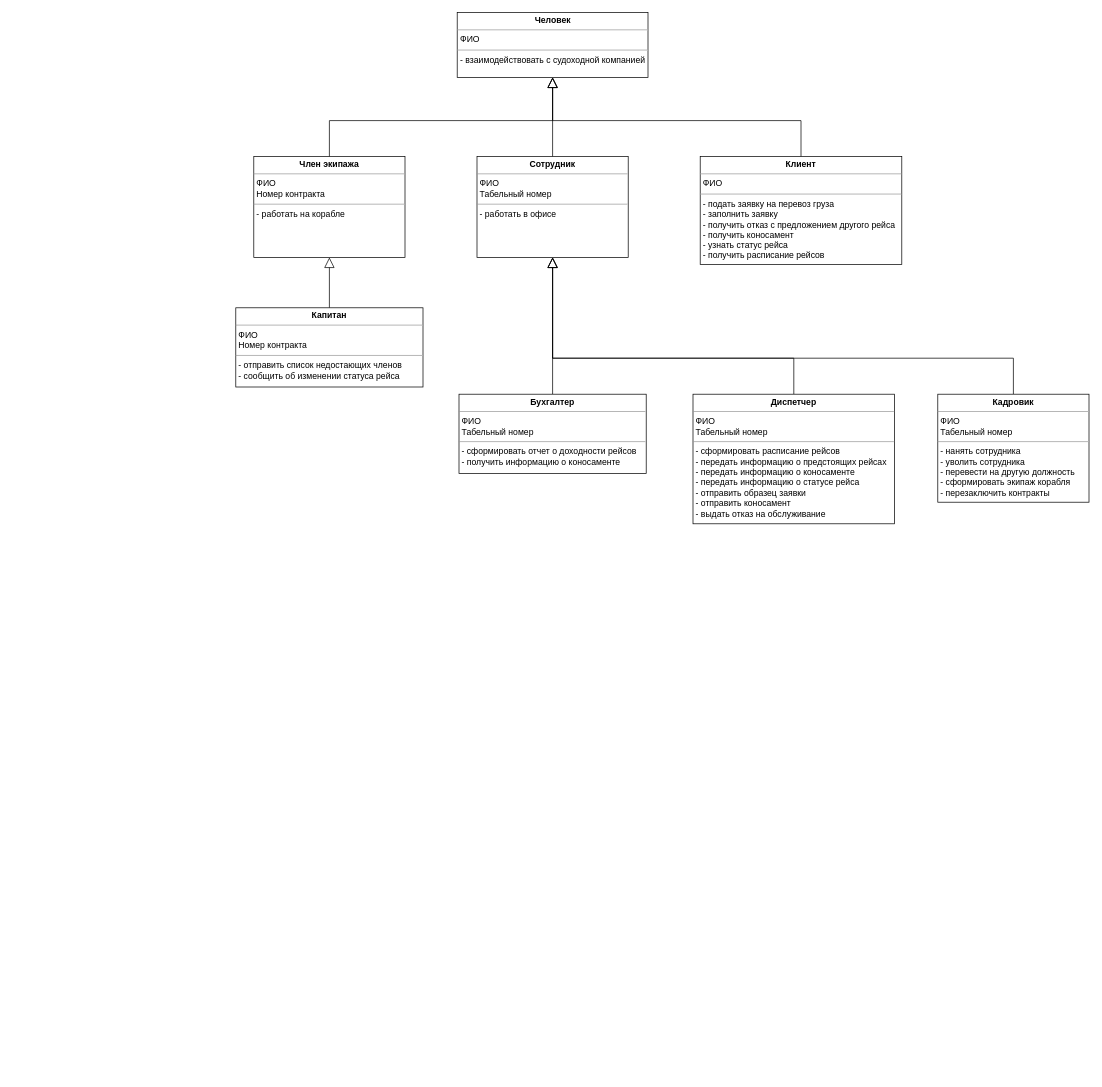
Earlier version of the draw.io diagram ObjectModel.drawio (BoysGang/ShippingCompany). Source tidied: cells renumbered, new cells numbered last; positions are measured from the earlier drawing's top-left corner, leaving out a move shared by most shapes. Both pictures are drawn from the tidied source at 72%, with x=0, y=0 at pixel (235, 12).
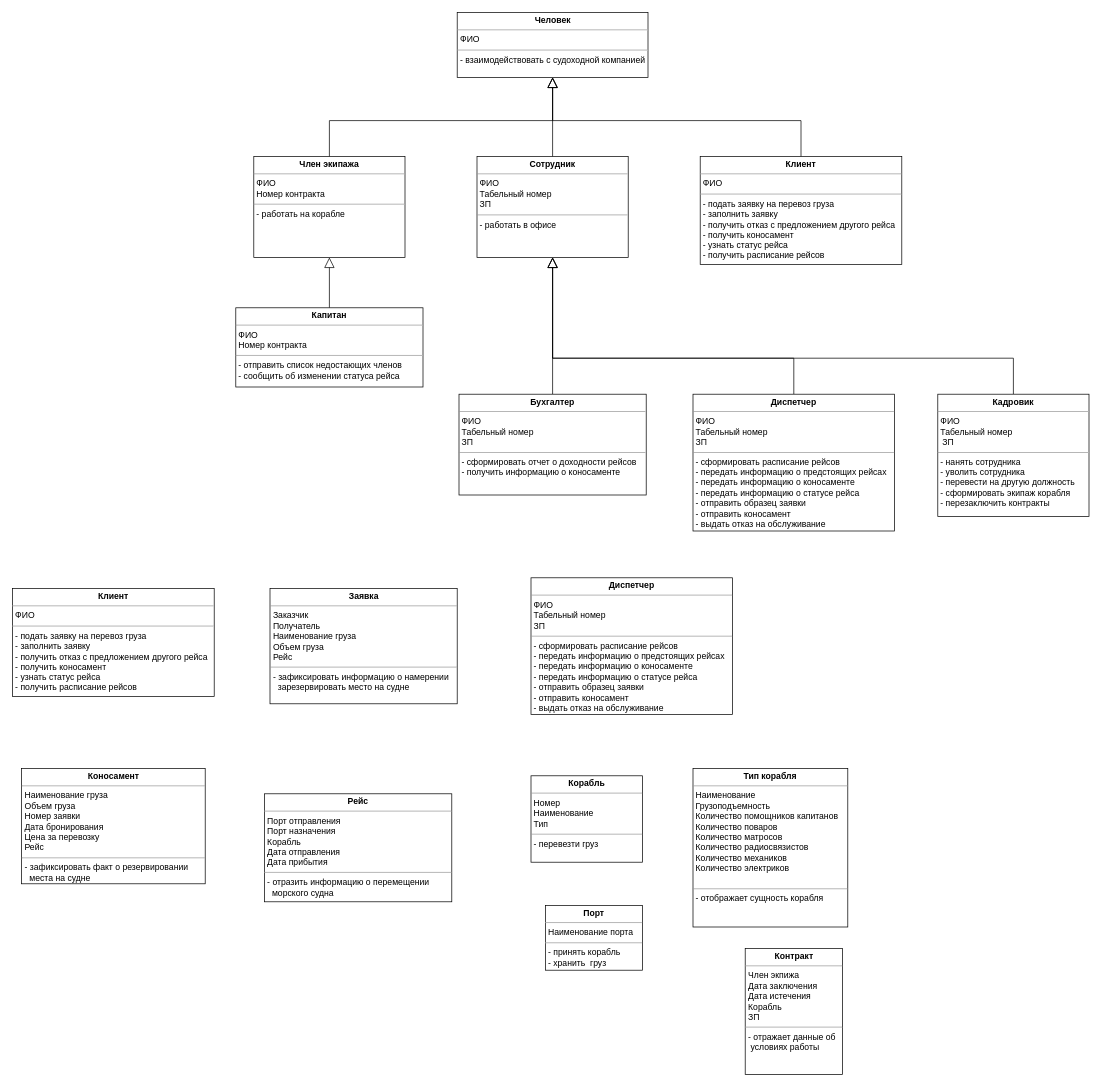
The same page after the edit.

What changed in the source:
```diff
@@
-    <mxCell id="4" value="&lt;p style=&quot;margin: 0px ; margin-top: 4px ; text-align: center&quot;&gt;&lt;b&gt;Сотрудник&lt;/b&gt;&lt;/p&gt;&lt;hr size=&quot;1&quot;&gt;&lt;p style=&quot;margin: 0px ; margin-left: 4px&quot;&gt;ФИО&lt;/p&gt;&lt;p style=&quot;margin: 0px ; margin-left: 4px&quot;&gt;Табельный номер&lt;/p&gt;&lt;hr size=&quot;1&quot;&gt;&lt;p style=&quot;margin: 0px ; margin-left: 4px&quot;&gt;- работать в офисе&lt;/p&gt;" style="verticalAlign=top;align=left;overflow=fill;fontSize=12;fontFamily=Helvetica;html=1;" parent="1" vertex="1">
+    <mxCell id="4" value="&lt;p style=&quot;margin: 0px ; margin-top: 4px ; text-align: center&quot;&gt;&lt;b&gt;Сотрудник&lt;/b&gt;&lt;/p&gt;&lt;hr size=&quot;1&quot;&gt;&lt;p style=&quot;margin: 0px ; margin-left: 4px&quot;&gt;ФИО&lt;/p&gt;&lt;p style=&quot;margin: 0px ; margin-left: 4px&quot;&gt;Табельный номер&lt;/p&gt;&lt;p style=&quot;margin: 0px ; margin-left: 4px&quot;&gt;ЗП&lt;/p&gt;&lt;hr size=&quot;1&quot;&gt;&lt;p style=&quot;margin: 0px ; margin-left: 4px&quot;&gt;- работать в офисе&lt;/p&gt;" style="verticalAlign=top;align=left;overflow=fill;fontSize=12;fontFamily=Helvetica;html=1;" parent="1" vertex="1">
       <mxGeometry x="335" y="200" width="210" height="140" as="geometry" />
     </mxCell>
@@
-    <mxCell id="8" value="&lt;p style=&quot;margin: 0px ; margin-top: 4px ; text-align: center&quot;&gt;&lt;b&gt;Бухгалтер&lt;/b&gt;&lt;/p&gt;&lt;hr size=&quot;1&quot;&gt;&lt;p style=&quot;margin: 0px ; margin-left: 4px&quot;&gt;ФИО&lt;/p&gt;&lt;p style=&quot;margin: 0px ; margin-left: 4px&quot;&gt;Табельный номер&lt;/p&gt;&lt;hr size=&quot;1&quot;&gt;&lt;p style=&quot;margin: 0px ; margin-left: 4px&quot;&gt;- сформировать отчет о доходности рейсов&lt;/p&gt;&lt;p style=&quot;margin: 0px ; margin-left: 4px&quot;&gt;- получить информацию о коносаменте&lt;/p&gt;&lt;p style=&quot;margin: 0px ; margin-left: 4px&quot;&gt;&lt;br&gt;&lt;/p&gt;" style="verticalAlign=top;align=left;overflow=fill;fontSize=12;fontFamily=Helvetica;html=1;" parent="1" vertex="1">
-      <mxGeometry x="310" y="530" width="260" height="110" as="geometry" />
+    <mxCell id="8" value="&lt;p style=&quot;margin: 0px ; margin-top: 4px ; text-align: center&quot;&gt;&lt;b&gt;Бухгалтер&lt;/b&gt;&lt;/p&gt;&lt;hr size=&quot;1&quot;&gt;&lt;p style=&quot;margin: 0px ; margin-left: 4px&quot;&gt;ФИО&lt;/p&gt;&lt;p style=&quot;margin: 0px ; margin-left: 4px&quot;&gt;Табельный номер&lt;/p&gt;&lt;p style=&quot;margin: 0px ; margin-left: 4px&quot;&gt;ЗП&lt;/p&gt;&lt;hr size=&quot;1&quot;&gt;&lt;p style=&quot;margin: 0px ; margin-left: 4px&quot;&gt;- сформировать отчет о доходности рейсов&lt;/p&gt;&lt;p style=&quot;margin: 0px ; margin-left: 4px&quot;&gt;- получить информацию о коносаменте&lt;/p&gt;&lt;p style=&quot;margin: 0px ; margin-left: 4px&quot;&gt;&lt;br&gt;&lt;/p&gt;" style="verticalAlign=top;align=left;overflow=fill;fontSize=12;fontFamily=Helvetica;html=1;" parent="1" vertex="1">
+      <mxGeometry x="310" y="530" width="260" height="140" as="geometry" />
     </mxCell>
@@
-    <mxCell id="10" value="&lt;p style=&quot;margin: 0px ; margin-top: 4px ; text-align: center&quot;&gt;&lt;b&gt;Диспетчер&lt;/b&gt;&lt;/p&gt;&lt;hr size=&quot;1&quot;&gt;&lt;p style=&quot;margin: 0px ; margin-left: 4px&quot;&gt;ФИО&lt;/p&gt;&lt;p style=&quot;margin: 0px ; margin-left: 4px&quot;&gt;Табельный номер&lt;/p&gt;&lt;hr size=&quot;1&quot;&gt;&lt;p style=&quot;margin: 0px ; margin-left: 4px&quot;&gt;- сформировать расписание рейсов&lt;/p&gt;&lt;p style=&quot;margin: 0px ; margin-left: 4px&quot;&gt;- передать информацию о предстоящих рейсах&lt;/p&gt;&lt;p style=&quot;margin: 0px ; margin-left: 4px&quot;&gt;- передать информацию о коносаменте&lt;/p&gt;&lt;p style=&quot;margin: 0px ; margin-left: 4px&quot;&gt;- передать информацию о статусе рейса&lt;/p&gt;&lt;p style=&quot;margin: 0px ; margin-left: 4px&quot;&gt;- отправить образец заявки&lt;/p&gt;&lt;p style=&quot;margin: 0px ; margin-left: 4px&quot;&gt;- отправить коносамент&lt;/p&gt;&lt;p style=&quot;margin: 0px ; margin-left: 4px&quot;&gt;- выдать отказ на обслуживание&lt;/p&gt;" style="verticalAlign=top;align=left;overflow=fill;fontSize=12;fontFamily=Helvetica;html=1;" parent="1" vertex="1">
-      <mxGeometry x="635" y="530" width="280" height="180" as="geometry" />
+    <mxCell id="10" value="&lt;p style=&quot;margin: 0px ; margin-top: 4px ; text-align: center&quot;&gt;&lt;b&gt;Диспетчер&lt;/b&gt;&lt;/p&gt;&lt;hr size=&quot;1&quot;&gt;&lt;p style=&quot;margin: 0px ; margin-left: 4px&quot;&gt;ФИО&lt;/p&gt;&lt;p style=&quot;margin: 0px ; margin-left: 4px&quot;&gt;Табельный номер&lt;/p&gt;&lt;p style=&quot;margin: 0px ; margin-left: 4px&quot;&gt;ЗП&lt;/p&gt;&lt;hr size=&quot;1&quot;&gt;&lt;p style=&quot;margin: 0px ; margin-left: 4px&quot;&gt;- сформировать расписание рейсов&lt;/p&gt;&lt;p style=&quot;margin: 0px ; margin-left: 4px&quot;&gt;- передать информацию о предстоящих рейсах&lt;/p&gt;&lt;p style=&quot;margin: 0px ; margin-left: 4px&quot;&gt;- передать информацию о коносаменте&lt;/p&gt;&lt;p style=&quot;margin: 0px ; margin-left: 4px&quot;&gt;- передать информацию о статусе рейса&lt;/p&gt;&lt;p style=&quot;margin: 0px ; margin-left: 4px&quot;&gt;- отправить образец заявки&lt;/p&gt;&lt;p style=&quot;margin: 0px ; margin-left: 4px&quot;&gt;- отправить коносамент&lt;/p&gt;&lt;p style=&quot;margin: 0px ; margin-left: 4px&quot;&gt;- выдать отказ на обслуживание&lt;/p&gt;" style="verticalAlign=top;align=left;overflow=fill;fontSize=12;fontFamily=Helvetica;html=1;" parent="1" vertex="1">
+      <mxGeometry x="635" y="530" width="280" height="190" as="geometry" />
     </mxCell>
@@
-    <mxCell id="12" value="&lt;p style=&quot;margin: 0px ; margin-top: 4px ; text-align: center&quot;&gt;&lt;b&gt;Кадровик&lt;/b&gt;&lt;/p&gt;&lt;hr size=&quot;1&quot;&gt;&lt;p style=&quot;margin: 0px ; margin-left: 4px&quot;&gt;ФИО&lt;/p&gt;&lt;p style=&quot;margin: 0px ; margin-left: 4px&quot;&gt;Табельный номер&lt;/p&gt;&lt;hr size=&quot;1&quot;&gt;&lt;p style=&quot;margin: 0px ; margin-left: 4px&quot;&gt;- нанять сотрудника&lt;/p&gt;&lt;p style=&quot;margin: 0px ; margin-left: 4px&quot;&gt;- уволить сотрудника&lt;/p&gt;&lt;p style=&quot;margin: 0px ; margin-left: 4px&quot;&gt;- перевести на другую должность&lt;/p&gt;&lt;p style=&quot;margin: 0px ; margin-left: 4px&quot;&gt;- сформировать экипаж корабля&lt;/p&gt;&lt;p style=&quot;margin: 0px ; margin-left: 4px&quot;&gt;- перезаключить контракты&lt;/p&gt;" style="verticalAlign=top;align=left;overflow=fill;fontSize=12;fontFamily=Helvetica;html=1;" parent="1" vertex="1">
-      <mxGeometry x="975" y="530" width="210" height="150" as="geometry" />
+    <mxCell id="12" value="&lt;p style=&quot;margin: 0px ; margin-top: 4px ; text-align: center&quot;&gt;&lt;b&gt;Кадровик&lt;/b&gt;&lt;/p&gt;&lt;hr size=&quot;1&quot;&gt;&lt;p style=&quot;margin: 0px ; margin-left: 4px&quot;&gt;ФИО&lt;/p&gt;&lt;p style=&quot;margin: 0px ; margin-left: 4px&quot;&gt;Табельный номер&lt;/p&gt;&amp;nbsp; ЗП&lt;br&gt;&lt;hr size=&quot;1&quot;&gt;&lt;p style=&quot;margin: 0px ; margin-left: 4px&quot;&gt;- нанять сотрудника&lt;/p&gt;&lt;p style=&quot;margin: 0px ; margin-left: 4px&quot;&gt;- уволить сотрудника&lt;/p&gt;&lt;p style=&quot;margin: 0px ; margin-left: 4px&quot;&gt;- перевести на другую должность&lt;/p&gt;&lt;p style=&quot;margin: 0px ; margin-left: 4px&quot;&gt;- сформировать экипаж корабля&lt;/p&gt;&lt;p style=&quot;margin: 0px ; margin-left: 4px&quot;&gt;- перезаключить контракты&lt;/p&gt;" style="verticalAlign=top;align=left;overflow=fill;fontSize=12;fontFamily=Helvetica;html=1;" parent="1" vertex="1">
+      <mxGeometry x="975" y="530" width="210" height="170" as="geometry" />
     </mxCell>
@@
+    <mxCell id="17" value="&lt;p style=&quot;margin: 0px ; margin-top: 4px ; text-align: center&quot;&gt;&lt;b&gt;Заявка&lt;/b&gt;&lt;/p&gt;&lt;hr size=&quot;1&quot;&gt;&lt;p style=&quot;margin: 0px ; margin-left: 4px&quot;&gt;Заказчик&lt;/p&gt;&lt;p style=&quot;margin: 0px ; margin-left: 4px&quot;&gt;Получатель&lt;/p&gt;&lt;p style=&quot;margin: 0px ; margin-left: 4px&quot;&gt;Наименование груза&lt;/p&gt;&lt;p style=&quot;margin: 0px ; margin-left: 4px&quot;&gt;Объем груза&lt;/p&gt;&lt;p style=&quot;margin: 0px ; margin-left: 4px&quot;&gt;Рейс&lt;/p&gt;&lt;hr size=&quot;1&quot;&gt;&lt;p style=&quot;margin: 0px ; margin-left: 4px&quot;&gt;- зафиксировать информацию о намерении&lt;/p&gt;&lt;p style=&quot;margin: 0px ; margin-left: 4px&quot;&gt;&amp;nbsp; зарезервировать место на судне&lt;/p&gt;&lt;p style=&quot;margin: 0px ; margin-left: 4px&quot;&gt;&lt;br&gt;&lt;/p&gt;&lt;p style=&quot;margin: 0px ; margin-left: 4px&quot;&gt;&lt;br&gt;&lt;/p&gt;" style="verticalAlign=top;align=left;overflow=fill;fontSize=12;fontFamily=Helvetica;html=1;" parent="1" vertex="1">
+      <mxGeometry x="47.5" y="800" width="260" height="160" as="geometry" />
+    </mxCell>
+    <mxCell id="18" value="&lt;p style=&quot;margin: 0px ; margin-top: 4px ; text-align: center&quot;&gt;&lt;b&gt;Коносамент&lt;/b&gt;&lt;/p&gt;&lt;hr size=&quot;1&quot;&gt;&lt;p style=&quot;margin: 0px ; margin-left: 4px&quot;&gt;Наименование груза&lt;/p&gt;&lt;p style=&quot;margin: 0px ; margin-left: 4px&quot;&gt;Объем груза&lt;/p&gt;&lt;p style=&quot;margin: 0px ; margin-left: 4px&quot;&gt;Номер заявки&lt;/p&gt;&lt;p style=&quot;margin: 0px ; margin-left: 4px&quot;&gt;Дата бронирования&lt;/p&gt;&lt;p style=&quot;margin: 0px ; margin-left: 4px&quot;&gt;Цена за перевозку&lt;/p&gt;&lt;p style=&quot;margin: 0px ; margin-left: 4px&quot;&gt;Рейс&lt;/p&gt;&lt;hr size=&quot;1&quot;&gt;&lt;p style=&quot;margin: 0px ; margin-left: 4px&quot;&gt;- зафиксировать факт о резервировании&amp;nbsp;&lt;/p&gt;&lt;p style=&quot;margin: 0px ; margin-left: 4px&quot;&gt;&amp;nbsp; места&amp;nbsp;&lt;span&gt;на судне&lt;/span&gt;&lt;/p&gt;&lt;p style=&quot;margin: 0px ; margin-left: 4px&quot;&gt;&lt;br&gt;&lt;/p&gt;" style="verticalAlign=top;align=left;overflow=fill;fontSize=12;fontFamily=Helvetica;html=1;" parent="1" vertex="1">
+      <mxGeometry x="-297.5" y="1050" width="255" height="160" as="geometry" />
+    </mxCell>
+    <mxCell id="19" value="&lt;p style=&quot;margin: 0px ; margin-top: 4px ; text-align: center&quot;&gt;&lt;b&gt;Рейс&lt;/b&gt;&lt;/p&gt;&lt;hr size=&quot;1&quot;&gt;&lt;p style=&quot;margin: 0px ; margin-left: 4px&quot;&gt;Порт отправления&lt;/p&gt;&lt;p style=&quot;margin: 0px ; margin-left: 4px&quot;&gt;Порт назначения&lt;/p&gt;&lt;p style=&quot;margin: 0px ; margin-left: 4px&quot;&gt;Корабль&lt;/p&gt;&lt;p style=&quot;margin: 0px ; margin-left: 4px&quot;&gt;Дата отправления&lt;/p&gt;&lt;p style=&quot;margin: 0px ; margin-left: 4px&quot;&gt;Дата прибытия&lt;/p&gt;&lt;hr size=&quot;1&quot;&gt;&lt;p style=&quot;margin: 0px ; margin-left: 4px&quot;&gt;- отразить информацию о перемещении&lt;/p&gt;&lt;p style=&quot;margin: 0px ; margin-left: 4px&quot;&gt;&amp;nbsp; морского судна&lt;/p&gt;&lt;p style=&quot;margin: 0px ; margin-left: 4px&quot;&gt;&lt;br&gt;&lt;/p&gt;&lt;p style=&quot;margin: 0px ; margin-left: 4px&quot;&gt;&lt;br&gt;&lt;/p&gt;" style="verticalAlign=top;align=left;overflow=fill;fontSize=12;fontFamily=Helvetica;html=1;" parent="1" vertex="1">
+      <mxGeometry x="40" y="1085" width="260" height="150" as="geometry" />
+    </mxCell>
+    <mxCell id="20" value="&lt;p style=&quot;margin: 0px ; margin-top: 4px ; text-align: center&quot;&gt;&lt;b&gt;Порт&lt;/b&gt;&lt;/p&gt;&lt;hr size=&quot;1&quot;&gt;&lt;p style=&quot;margin: 0px ; margin-left: 4px&quot;&gt;Наименование порта&lt;/p&gt;&lt;hr size=&quot;1&quot;&gt;&lt;p style=&quot;margin: 0px ; margin-left: 4px&quot;&gt;- принять корабль&lt;/p&gt;&lt;p style=&quot;margin: 0px ; margin-left: 4px&quot;&gt;- хранить&amp;nbsp; груз&lt;/p&gt;&lt;p style=&quot;margin: 0px ; margin-left: 4px&quot;&gt;&lt;br&gt;&lt;/p&gt;&lt;p style=&quot;margin: 0px ; margin-left: 4px&quot;&gt;&lt;br&gt;&lt;/p&gt;" style="verticalAlign=top;align=left;overflow=fill;fontSize=12;fontFamily=Helvetica;html=1;" parent="1" vertex="1">
+      <mxGeometry x="430" y="1240" width="135" height="90" as="geometry" />
+    </mxCell>
+    <mxCell id="21" value="&lt;p style=&quot;margin: 0px ; margin-top: 4px ; text-align: center&quot;&gt;&lt;b&gt;Корабль&lt;/b&gt;&lt;/p&gt;&lt;hr size=&quot;1&quot;&gt;&lt;p style=&quot;margin: 0px ; margin-left: 4px&quot;&gt;Номер&lt;/p&gt;&lt;p style=&quot;margin: 0px ; margin-left: 4px&quot;&gt;Наименование&lt;/p&gt;&lt;p style=&quot;margin: 0px ; margin-left: 4px&quot;&gt;Тип&lt;/p&gt;&lt;hr size=&quot;1&quot;&gt;&lt;p style=&quot;margin: 0px ; margin-left: 4px&quot;&gt;- перевезти груз&lt;/p&gt;&lt;p style=&quot;margin: 0px ; margin-left: 4px&quot;&gt;&lt;br&gt;&lt;/p&gt;&lt;p style=&quot;margin: 0px ; margin-left: 4px&quot;&gt;&lt;br&gt;&lt;/p&gt;" style="verticalAlign=top;align=left;overflow=fill;fontSize=12;fontFamily=Helvetica;html=1;" parent="1" vertex="1">
+      <mxGeometry x="410" y="1060" width="155" height="120" as="geometry" />
+    </mxCell>
+    <mxCell id="22" value="&lt;p style=&quot;margin: 0px ; margin-top: 4px ; text-align: center&quot;&gt;&lt;b&gt;Тип корабля&lt;/b&gt;&lt;/p&gt;&lt;hr size=&quot;1&quot;&gt;&lt;p style=&quot;margin: 0px ; margin-left: 4px&quot;&gt;&lt;span&gt;Наименование&lt;/span&gt;&lt;br&gt;&lt;/p&gt;&lt;p style=&quot;margin: 0px ; margin-left: 4px&quot;&gt;&lt;span&gt;Грузоподъемность&lt;/span&gt;&lt;/p&gt;&lt;p style=&quot;margin: 0px ; margin-left: 4px&quot;&gt;&lt;span&gt;Количество помощников капитанов&lt;/span&gt;&lt;/p&gt;&lt;p style=&quot;margin: 0px ; margin-left: 4px&quot;&gt;&lt;span&gt;Количество поваров&lt;/span&gt;&lt;/p&gt;&lt;p style=&quot;margin: 0px ; margin-left: 4px&quot;&gt;&lt;span&gt;Количество матросов&lt;/span&gt;&lt;/p&gt;&lt;p style=&quot;margin: 0px ; margin-left: 4px&quot;&gt;Количество радиосвязистов&lt;/p&gt;&lt;p style=&quot;margin: 0px ; margin-left: 4px&quot;&gt;Количество механиков&lt;/p&gt;&lt;p style=&quot;margin: 0px ; margin-left: 4px&quot;&gt;Количество электриков&lt;br&gt;&lt;/p&gt;&lt;p style=&quot;margin: 0px ; margin-left: 4px&quot;&gt;&lt;span&gt;&lt;br&gt;&lt;/span&gt;&lt;/p&gt;&lt;hr size=&quot;1&quot;&gt;&lt;p style=&quot;margin: 0px ; margin-left: 4px&quot;&gt;- отображает сущность корабля&lt;/p&gt;&lt;p style=&quot;margin: 0px ; margin-left: 4px&quot;&gt;&lt;br&gt;&lt;/p&gt;&lt;p style=&quot;margin: 0px ; margin-left: 4px&quot;&gt;&lt;br&gt;&lt;/p&gt;" style="verticalAlign=top;align=left;overflow=fill;fontSize=12;fontFamily=Helvetica;html=1;glass=0;" parent="1" vertex="1">
+      <mxGeometry x="635" y="1050" width="215" height="220" as="geometry" />
+    </mxCell>
+    <mxCell id="23" value="&lt;p style=&quot;margin: 0px ; margin-top: 4px ; text-align: center&quot;&gt;&lt;b&gt;Контракт&lt;/b&gt;&lt;/p&gt;&lt;hr size=&quot;1&quot;&gt;&lt;p style=&quot;margin: 0px ; margin-left: 4px&quot;&gt;Член экпижа&lt;/p&gt;&lt;p style=&quot;margin: 0px ; margin-left: 4px&quot;&gt;Дата заключения&lt;/p&gt;&lt;p style=&quot;margin: 0px ; margin-left: 4px&quot;&gt;Дата истечения&lt;/p&gt;&lt;p style=&quot;margin: 0px ; margin-left: 4px&quot;&gt;Корабль&lt;/p&gt;&lt;p style=&quot;margin: 0px ; margin-left: 4px&quot;&gt;ЗП&lt;/p&gt;&lt;hr size=&quot;1&quot;&gt;&lt;p style=&quot;margin: 0px ; margin-left: 4px&quot;&gt;- отражает данные об&lt;/p&gt;&lt;p style=&quot;margin: 0px ; margin-left: 4px&quot;&gt;&amp;nbsp;условиях работы&lt;/p&gt;&lt;p style=&quot;margin: 0px ; margin-left: 4px&quot;&gt;&lt;br&gt;&lt;/p&gt;" style="verticalAlign=top;align=left;overflow=fill;fontSize=12;fontFamily=Helvetica;html=1;" parent="1" vertex="1">
+      <mxGeometry x="707.5" y="1300" width="135" height="175" as="geometry" />
+    </mxCell>
+    <mxCell id="24" value="&lt;p style=&quot;margin: 0px ; margin-top: 4px ; text-align: center&quot;&gt;&lt;b&gt;Клиент&lt;/b&gt;&lt;/p&gt;&lt;hr size=&quot;1&quot;&gt;&lt;p style=&quot;margin: 0px ; margin-left: 4px&quot;&gt;ФИО&lt;/p&gt;&lt;hr size=&quot;1&quot;&gt;&lt;p style=&quot;margin: 0px ; margin-left: 4px&quot;&gt;- подать заявку на перевоз груза&lt;/p&gt;&lt;p style=&quot;margin: 0px ; margin-left: 4px&quot;&gt;- заполнить заявку&lt;/p&gt;&lt;p style=&quot;margin: 0px ; margin-left: 4px&quot;&gt;- получить отказ с предложением другого рейса&lt;/p&gt;&lt;p style=&quot;margin: 0px ; margin-left: 4px&quot;&gt;- получить коносамент&lt;/p&gt;&lt;p style=&quot;margin: 0px ; margin-left: 4px&quot;&gt;- узнать статус рейса&lt;/p&gt;&lt;p style=&quot;margin: 0px ; margin-left: 4px&quot;&gt;- получить расписание рейсов&lt;/p&gt;&lt;p style=&quot;margin: 0px ; margin-left: 4px&quot;&gt;&lt;br&gt;&lt;/p&gt;" style="verticalAlign=top;align=left;overflow=fill;fontSize=12;fontFamily=Helvetica;html=1;" parent="1" vertex="1">
+      <mxGeometry x="-310" y="800" width="280" height="150" as="geometry" />
+    </mxCell>
+    <mxCell id="25" value="&lt;p style=&quot;margin: 0px ; margin-top: 4px ; text-align: center&quot;&gt;&lt;b&gt;Диспетчер&lt;/b&gt;&lt;/p&gt;&lt;hr size=&quot;1&quot;&gt;&lt;p style=&quot;margin: 0px ; margin-left: 4px&quot;&gt;ФИО&lt;/p&gt;&lt;p style=&quot;margin: 0px ; margin-left: 4px&quot;&gt;Табельный номер&lt;/p&gt;&lt;p style=&quot;margin: 0px ; margin-left: 4px&quot;&gt;ЗП&lt;/p&gt;&lt;hr size=&quot;1&quot;&gt;&lt;p style=&quot;margin: 0px ; margin-left: 4px&quot;&gt;- сформировать расписание рейсов&lt;/p&gt;&lt;p style=&quot;margin: 0px ; margin-left: 4px&quot;&gt;- передать информацию о предстоящих рейсах&lt;/p&gt;&lt;p style=&quot;margin: 0px ; margin-left: 4px&quot;&gt;- передать информацию о коносаменте&lt;/p&gt;&lt;p style=&quot;margin: 0px ; margin-left: 4px&quot;&gt;- передать информацию о статусе рейса&lt;/p&gt;&lt;p style=&quot;margin: 0px ; margin-left: 4px&quot;&gt;- отправить образец заявки&lt;/p&gt;&lt;p style=&quot;margin: 0px ; margin-left: 4px&quot;&gt;- отправить коносамент&lt;/p&gt;&lt;p style=&quot;margin: 0px ; margin-left: 4px&quot;&gt;- выдать отказ на обслуживание&lt;/p&gt;" style="verticalAlign=top;align=left;overflow=fill;fontSize=12;fontFamily=Helvetica;html=1;" parent="1" vertex="1">
+      <mxGeometry x="410" y="785" width="280" height="190" as="geometry" />
+    </mxCell>
```
